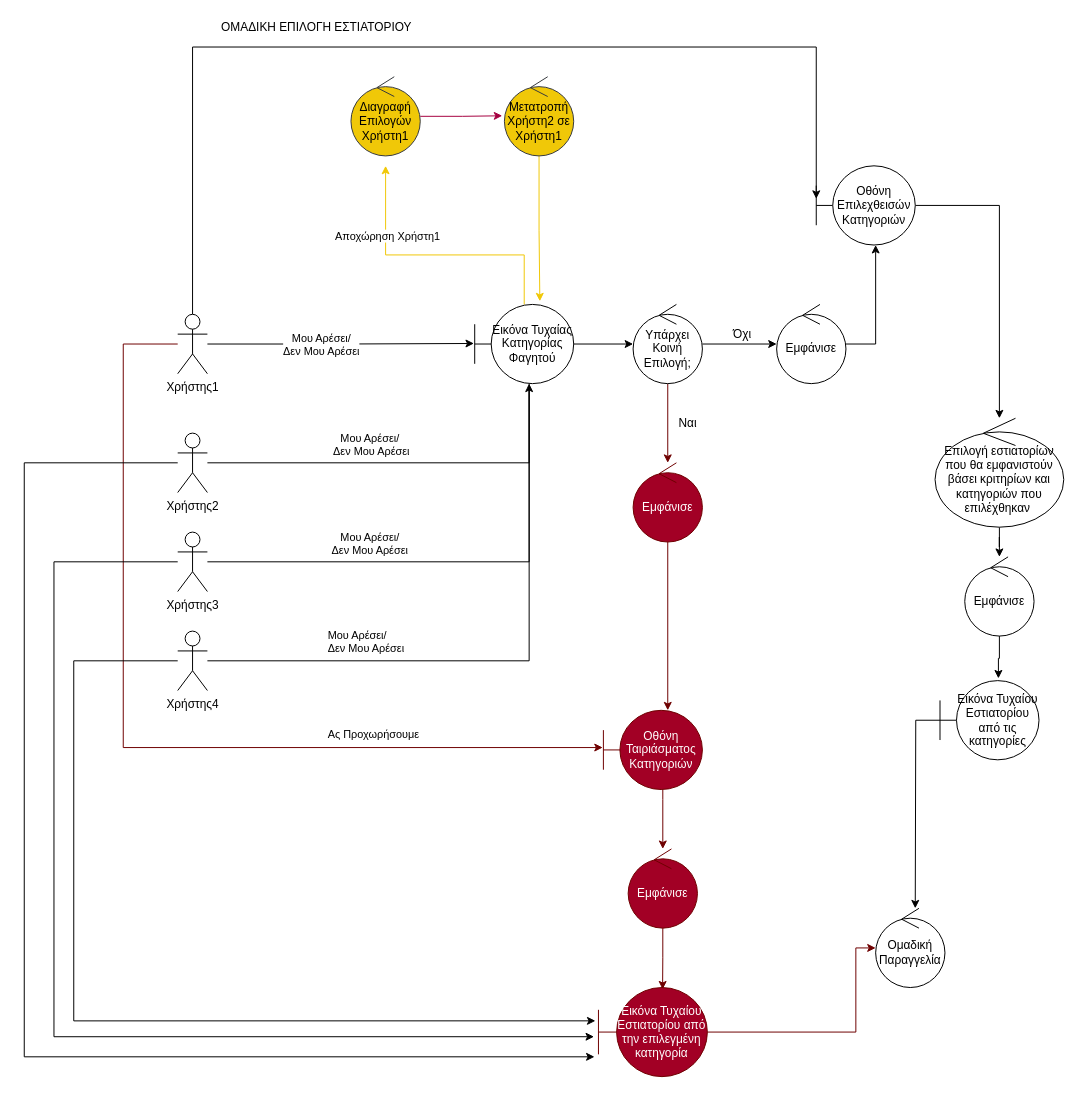
This is docs/contributions/AthanasiaZ/Writing-Charts/Phase3/Robustness Diagrams/Ομαδική Επιλογή Εστιατορίου.drawio from iloudaros/nomnomr, a draw.io file, before an edit. Source tidied: cells renumbered, new cells numbered last; positions are measured from the earlier drawing's top-left corner, leaving out a move shared by most shapes. Both pictures are drawn from the tidied source at 99%, with x=0, y=0 at pixel (24, 17).
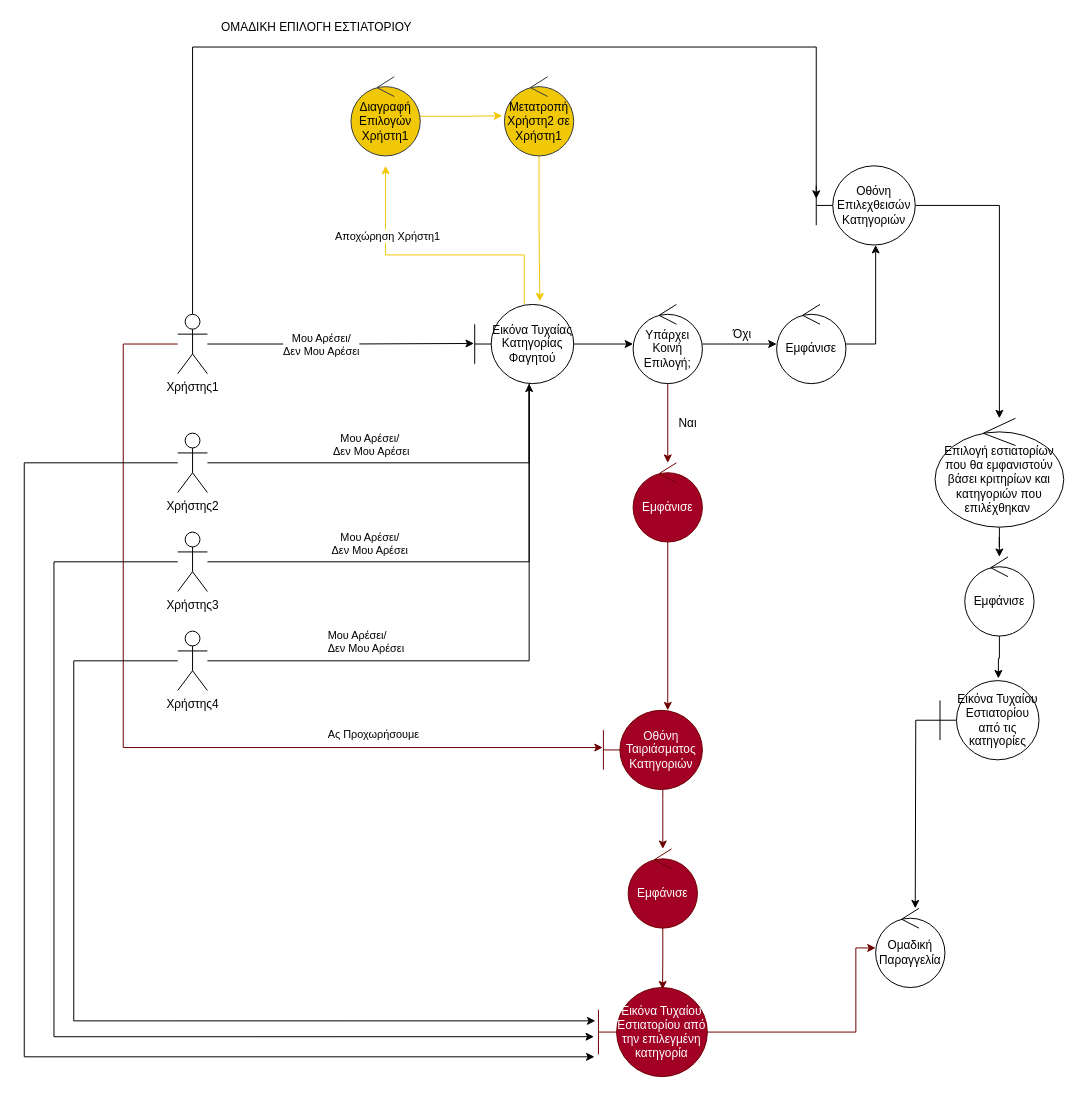
The same page after the edit.

Unchanged cells that the change refers to:
```xml
<mxCell id="44" value="Διαγραφή Επιλογών Χρήστη1" style="ellipse;shape=umlControl;whiteSpace=wrap;html=1;fillColor=#F0C808;strokeColor=#36393d;" parent="1" vertex="1">
  <mxGeometry x="330" y="60" width="70" height="80" as="geometry" />
</mxCell>
<mxCell id="46" value="Μετατροπή Χρήστη2 σε Χρήστη1" style="ellipse;shape=umlControl;whiteSpace=wrap;html=1;fillColor=#F0C808;strokeColor=#36393d;" parent="1" vertex="1">
  <mxGeometry x="485" y="60" width="70" height="80" as="geometry" />
</mxCell>
```

Diff of the diagram source:
```diff
@@
-    <mxCell id="43" style="edgeStyle=orthogonalEdgeStyle;rounded=0;jettySize=auto;html=1;entryX=-0.031;entryY=0.493;entryDx=0;entryDy=0;entryPerimeter=0;fillColor=#d80073;strokeColor=#A50040;" parent="1" edge="1" source="44" target="46">
+    <mxCell id="43" style="edgeStyle=orthogonalEdgeStyle;rounded=0;jettySize=auto;html=1;entryX=-0.031;entryY=0.493;entryDx=0;entryDy=0;entryPerimeter=0;fillColor=#d80073;strokeColor=#F0C808;" parent="1" edge="1" source="44" target="46">
       <mxGeometry relative="1" as="geometry" />
     </mxCell>
```
